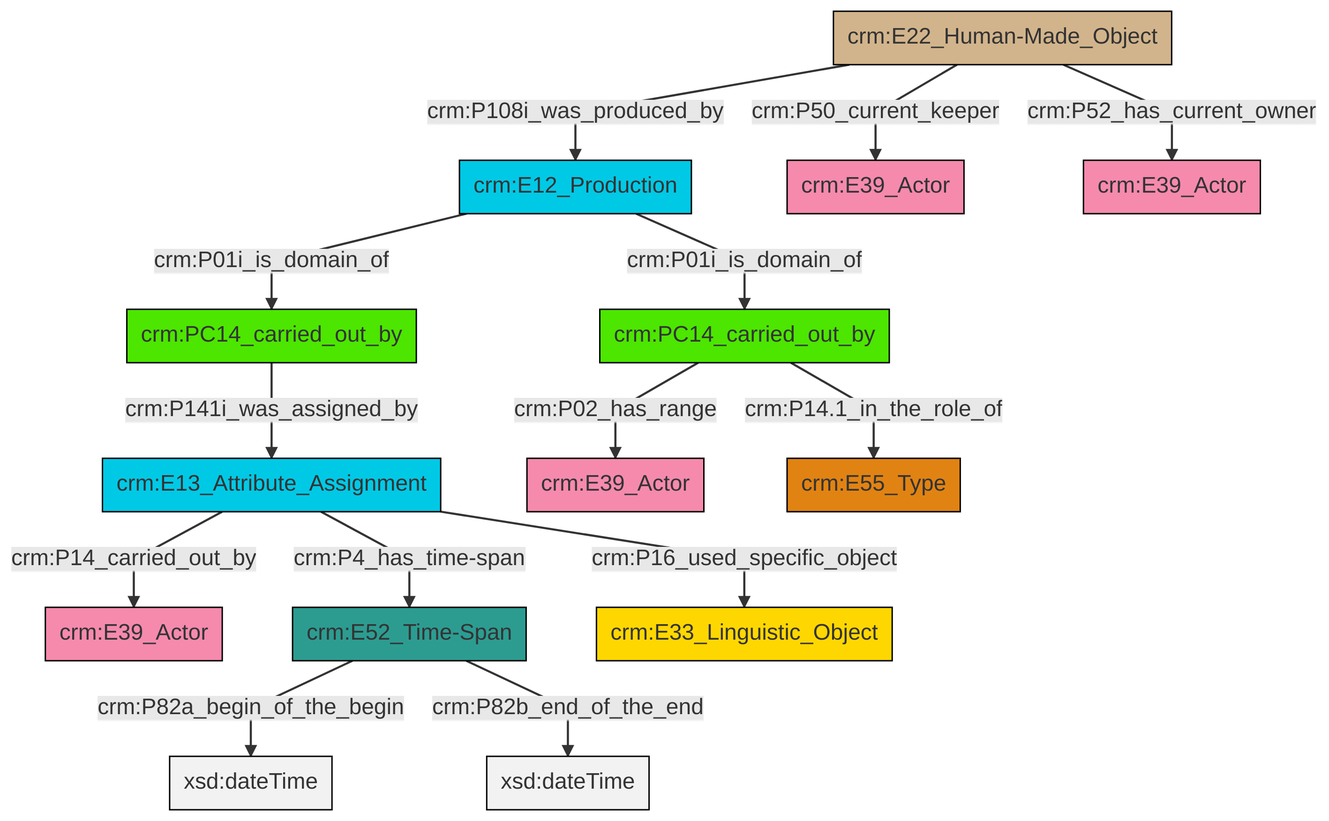
Above: et/carrierCSV/ttl/mmd/png/carrier_relations.png in swiss-art-research-net/docs.swissartresearch (Mermaid), before the change. Its source is kept beside it as et/carrierCSV/ttl/mmd/carrier_relations.ttl.mmd.
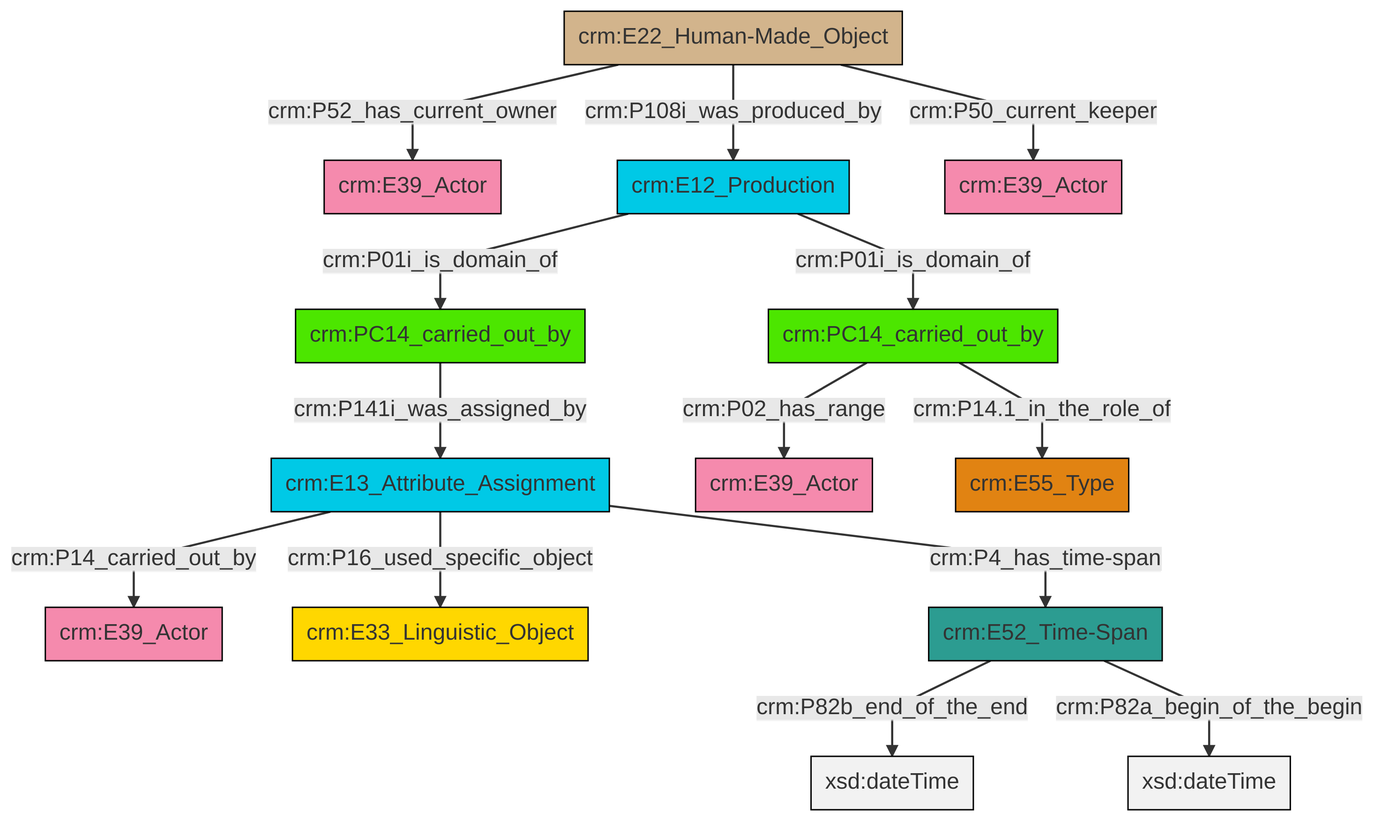
The same file after the commit.

What changed in the source:
```diff
@@ -13,16 +13,16 @@
 classDef PC_Classes fill:#4ce600, stroke:#000000;
 classDef Multi fill:#cccccc,stroke:#000000;
 
-2["crm:E22_Human-Made_Object"]:::Physical_Thing -->|crm:P108i_was_produced_by| 3["crm:E12_Production"]:::Temporal_Entity
-0["crm:PC14_carried_out_by"]:::PC_Classes -->|crm:P141i_was_assigned_by| 4["crm:E13_Attribute_Assignment"]:::Temporal_Entity
-4["crm:E13_Attribute_Assignment"]:::Temporal_Entity -->|crm:P14_carried_out_by| 8["crm:E39_Actor"]:::Actor
-11["crm:PC14_carried_out_by"]:::PC_Classes -->|crm:P14.1_in_the_role_of| 12["crm:E55_Type"]:::Type
-4["crm:E13_Attribute_Assignment"]:::Temporal_Entity -->|crm:P16_used_specific_object| 14["crm:E33_Linguistic_Object"]:::Conceptual_Object
-9["crm:E52_Time-Span"]:::Time-Span -->|crm:P82a_begin_of_the_begin| 17[xsd:dateTime]:::Literal
-2["crm:E22_Human-Made_Object"]:::Physical_Thing -->|crm:P50_current_keeper| 18["crm:E39_Actor"]:::Actor
-2["crm:E22_Human-Made_Object"]:::Physical_Thing -->|crm:P52_has_current_owner| 19["crm:E39_Actor"]:::Actor
-3["crm:E12_Production"]:::Temporal_Entity -->|crm:P01i_is_domain_of| 11["crm:PC14_carried_out_by"]:::PC_Classes
-4["crm:E13_Attribute_Assignment"]:::Temporal_Entity -->|crm:P4_has_time-span| 9["crm:E52_Time-Span"]:::Time-Span
-9["crm:E52_Time-Span"]:::Time-Span -->|crm:P82b_end_of_the_end| 20[xsd:dateTime]:::Literal
-11["crm:PC14_carried_out_by"]:::PC_Classes -->|crm:P02_has_range| 6["crm:E39_Actor"]:::Actor
-3["crm:E12_Production"]:::Temporal_Entity -->|crm:P01i_is_domain_of| 0["crm:PC14_carried_out_by"]:::PC_Classes
+2["crm:E13_Attribute_Assignment"]:::Temporal_Entity -->|crm:P14_carried_out_by| 3["crm:E39_Actor"]:::Actor
+4["crm:PC14_carried_out_by"]:::PC_Classes -->|crm:P141i_was_assigned_by| 2["crm:E13_Attribute_Assignment"]:::Temporal_Entity
+7["crm:PC14_carried_out_by"]:::PC_Classes -->|crm:P02_has_range| 8["crm:E39_Actor"]:::Actor
+2["crm:E13_Attribute_Assignment"]:::Temporal_Entity -->|crm:P16_used_specific_object| 9["crm:E33_Linguistic_Object"]:::Conceptual_Object
+10["crm:E12_Production"]:::Temporal_Entity -->|crm:P01i_is_domain_of| 7["crm:PC14_carried_out_by"]:::PC_Classes
+7["crm:PC14_carried_out_by"]:::PC_Classes -->|crm:P14.1_in_the_role_of| 11["crm:E55_Type"]:::Type
+13["crm:E52_Time-Span"]:::Time-Span -->|crm:P82b_end_of_the_end| 14[xsd:dateTime]:::Literal
+2["crm:E13_Attribute_Assignment"]:::Temporal_Entity -->|crm:P4_has_time-span| 13["crm:E52_Time-Span"]:::Time-Span
+0["crm:E22_Human-Made_Object"]:::Physical_Thing -->|crm:P50_current_keeper| 18["crm:E39_Actor"]:::Actor
+10["crm:E12_Production"]:::Temporal_Entity -->|crm:P01i_is_domain_of| 4["crm:PC14_carried_out_by"]:::PC_Classes
+13["crm:E52_Time-Span"]:::Time-Span -->|crm:P82a_begin_of_the_begin| 25[xsd:dateTime]:::Literal
+0["crm:E22_Human-Made_Object"]:::Physical_Thing -->|crm:P52_has_current_owner| 5["crm:E39_Actor"]:::Actor
+0["crm:E22_Human-Made_Object"]:::Physical_Thing -->|crm:P108i_was_produced_by| 10["crm:E12_Production"]:::Temporal_Entity
```
